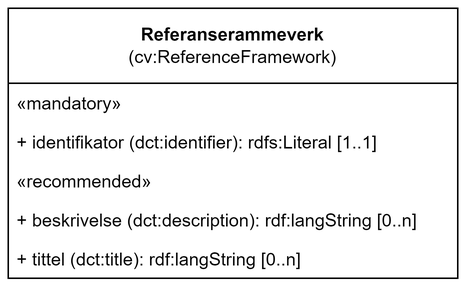
Informasjonsforvaltning/cccev-ap-no keeps this draw.io diagram as docs/images/KlassenReferanserammeverk.png. Above is the earlier version. Source tidied: cells renumbered, new cells last; positions are measured from the earlier drawing's top-left corner, leaving out a move shared by most shapes. Source of this version:
```xml
<mxGraphModel>
  <root>
    <mxCell id="0" />
    <mxCell id="1" parent="0" />
    <mxCell id="2" value="&lt;span style=&quot;border-color: var(--border-color);&quot;&gt;&lt;b&gt;Referanserammeverk&lt;br&gt;&lt;/b&gt;&lt;/span&gt;(cv:ReferenceFramework)" style="swimlane;fontStyle=0;horizontal=1;startSize=50;fillColor=none;whiteSpace=wrap;html=1;" parent="1" vertex="1">
      <mxGeometry width="300" height="180" as="geometry" />
    </mxCell>
    <mxCell id="3" value="«mandatory»" style="text;strokeColor=none;fillColor=none;align=left;verticalAlign=top;spacingLeft=4;spacingRight=4;overflow=hidden;whiteSpace=wrap;html=1;" parent="2" vertex="1">
      <mxGeometry y="50" width="300" height="26" as="geometry" />
    </mxCell>
    <mxCell id="4" value="+ identifikator (dct:identifier): rdfs:Literal [1..1]" style="text;strokeColor=none;fillColor=none;align=left;verticalAlign=top;spacingLeft=4;spacingRight=4;overflow=hidden;whiteSpace=wrap;html=1;" parent="2" vertex="1">
      <mxGeometry y="76" width="300" height="26" as="geometry" />
    </mxCell>
    <mxCell id="5" value="«recommended»" style="text;strokeColor=none;fillColor=none;align=left;verticalAlign=top;spacingLeft=4;spacingRight=4;overflow=hidden;whiteSpace=wrap;html=1;" parent="2" vertex="1">
      <mxGeometry y="102" width="300" height="26" as="geometry" />
    </mxCell>
    <mxCell id="6" value="+ beskrivelse (dct:description): rdf:langString [0..n]" style="text;strokeColor=none;fillColor=none;align=left;verticalAlign=top;spacingLeft=4;spacingRight=4;overflow=hidden;whiteSpace=wrap;html=1;" parent="2" vertex="1">
      <mxGeometry y="128" width="300" height="26" as="geometry" />
    </mxCell>
    <mxCell id="7" value="+ tittel (dct:title): rdf:langString [0..n]" style="text;strokeColor=none;fillColor=none;align=left;verticalAlign=top;spacingLeft=4;spacingRight=4;overflow=hidden;whiteSpace=wrap;html=1;" parent="2" vertex="1">
      <mxGeometry y="154" width="300" height="26" as="geometry" />
    </mxCell>
  </root>
</mxGraphModel>
```
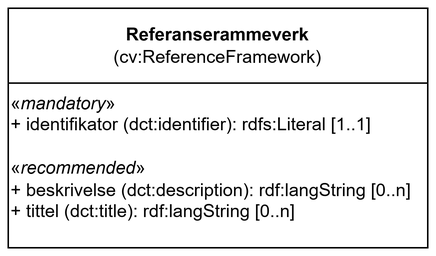
Later version of the same file.

Diff of the diagram source:
```diff
@@ -3,22 +3,10 @@
     <mxCell id="0" />
     <mxCell id="1" parent="0" />
     <mxCell id="2" value="&lt;span style=&quot;border-color: var(--border-color);&quot;&gt;&lt;b&gt;Referanserammeverk&lt;br&gt;&lt;/b&gt;&lt;/span&gt;(cv:ReferenceFramework)" style="swimlane;fontStyle=0;horizontal=1;startSize=50;fillColor=none;whiteSpace=wrap;html=1;" parent="1" vertex="1">
-      <mxGeometry width="300" height="180" as="geometry" />
+      <mxGeometry width="280" height="160" as="geometry" />
     </mxCell>
-    <mxCell id="3" value="«mandatory»" style="text;strokeColor=none;fillColor=none;align=left;verticalAlign=top;spacingLeft=4;spacingRight=4;overflow=hidden;whiteSpace=wrap;html=1;" parent="2" vertex="1">
-      <mxGeometry y="50" width="300" height="26" as="geometry" />
-    </mxCell>
-    <mxCell id="4" value="+ identifikator (dct:identifier): rdfs:Literal [1..1]" style="text;strokeColor=none;fillColor=none;align=left;verticalAlign=top;spacingLeft=4;spacingRight=4;overflow=hidden;whiteSpace=wrap;html=1;" parent="2" vertex="1">
-      <mxGeometry y="76" width="300" height="26" as="geometry" />
-    </mxCell>
-    <mxCell id="5" value="«recommended»" style="text;strokeColor=none;fillColor=none;align=left;verticalAlign=top;spacingLeft=4;spacingRight=4;overflow=hidden;whiteSpace=wrap;html=1;" parent="2" vertex="1">
-      <mxGeometry y="102" width="300" height="26" as="geometry" />
-    </mxCell>
-    <mxCell id="6" value="+ beskrivelse (dct:description): rdf:langString [0..n]" style="text;strokeColor=none;fillColor=none;align=left;verticalAlign=top;spacingLeft=4;spacingRight=4;overflow=hidden;whiteSpace=wrap;html=1;" parent="2" vertex="1">
-      <mxGeometry y="128" width="300" height="26" as="geometry" />
-    </mxCell>
-    <mxCell id="7" value="+ tittel (dct:title): rdf:langString [0..n]" style="text;strokeColor=none;fillColor=none;align=left;verticalAlign=top;spacingLeft=4;spacingRight=4;overflow=hidden;whiteSpace=wrap;html=1;" parent="2" vertex="1">
-      <mxGeometry y="154" width="300" height="26" as="geometry" />
-    </mxCell>
+    <mxCell id="8" value="«&lt;i&gt;mandatory&lt;/i&gt;»&lt;div&gt;+ identifikator (dct:identifier): rdfs:Literal [1..1]&lt;/div&gt;&lt;div&gt;&lt;br&gt;&lt;/div&gt;&lt;div&gt;«&lt;i&gt;recommended&lt;/i&gt;»&lt;/div&gt;&lt;div&gt;+ beskrivelse (dct:description): rdf:langString [0..n]&lt;/div&gt;&lt;div&gt;+ tittel (dct:title): rdf:langString [0..n]&lt;/div&gt;" style="text;html=1;whiteSpace=wrap;strokeColor=none;fillColor=none;align=left;verticalAlign=top;rounded=0;" parent="2" vertex="1">
+      <mxGeometry y="50" width="280" height="110" as="geometry" />
+    </mxCell>
   </root>
 </mxGraphModel>
```
